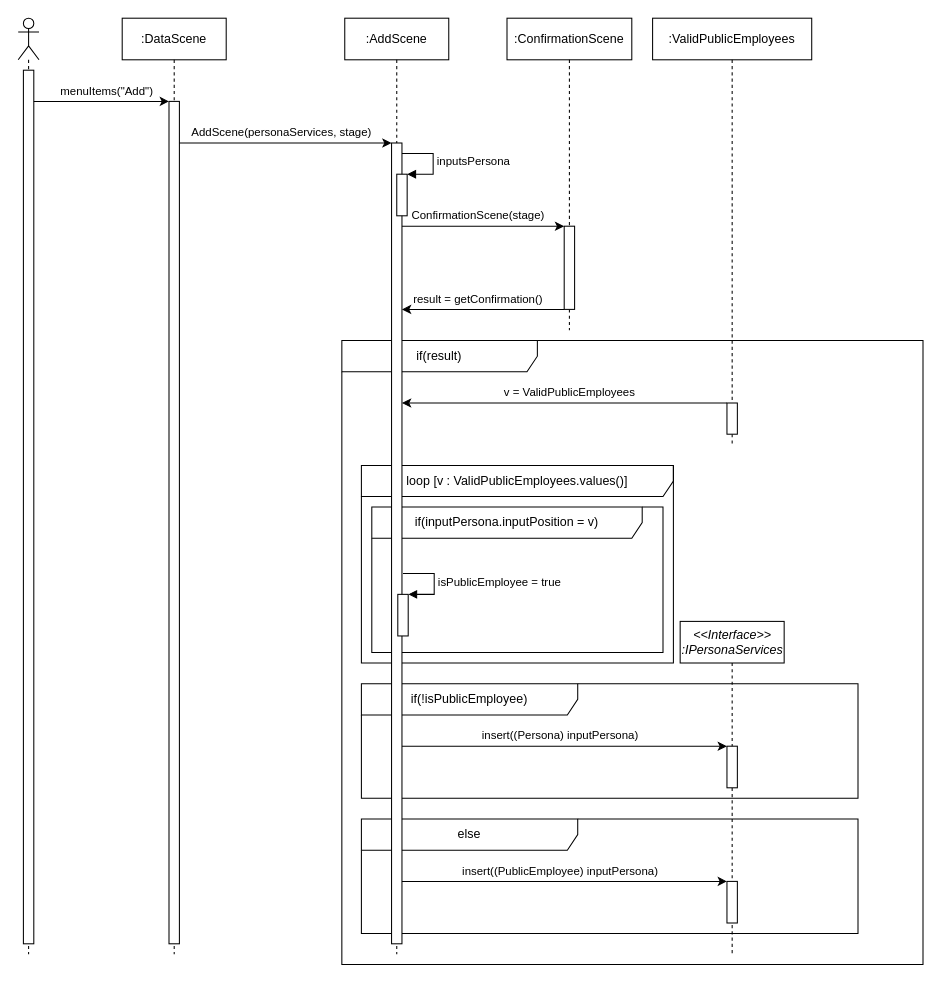
This is Diagrams/DiagramofSequence-Add.drawio from Cafeleyos/Entrega-parcial---David-Santos---Camilo-Mu-oz, a draw.io file, before an edit. Source tidied: cells renumbered, new cells numbered last; positions are measured from the earlier drawing's top-left corner, leaving out a move shared by most shapes. Both pictures are drawn from the tidied source at 104%, with x=0, y=0 at pixel (18, 18).
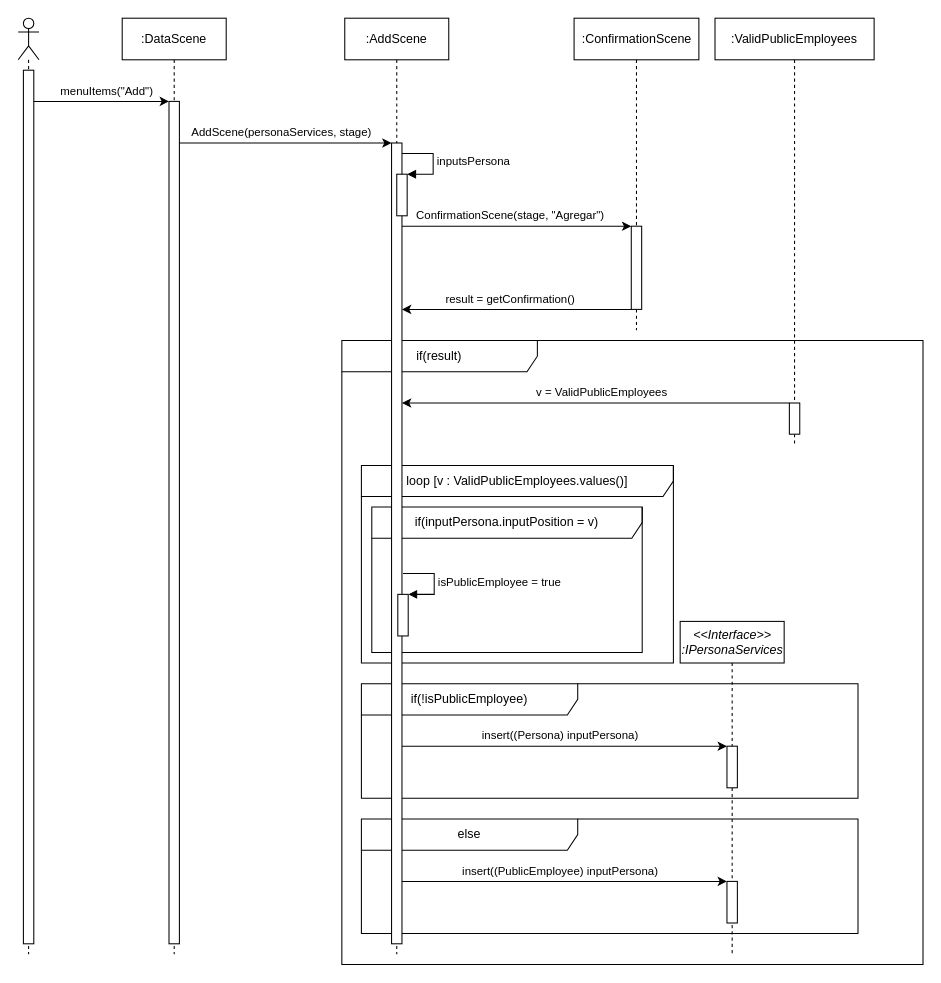
The same diagram, later.

Unchanged cells that the change refers to:
```xml
<mxCell id="13" style="html=1;points=[];perimeter=orthogonalPerimeter;" parent="12" vertex="1">
  <mxGeometry x="45" y="120" width="10" height="770" as="geometry" />
</mxCell>
<mxCell id="20" style="html=1;points=[];perimeter=orthogonalPerimeter;" parent="19" vertex="1">
  <mxGeometry x="55" y="200" width="10" height="80" as="geometry" />
</mxCell>
```

Change to the diagram source:
```diff
@@
     <mxCell id="6" value="if(inputPersona.inputPosition = v)" style="shape=umlFrame;whiteSpace=wrap;html=1;width=260;height=30;" parent="1" vertex="1">
-      <mxGeometry x="340" y="470" width="280" height="140" as="geometry" />
+      <mxGeometry x="340" y="470" width="260" height="140" as="geometry" />
     </mxCell>
@@
     <mxCell id="19" value=":ConfirmationScene" style="shape=umlLifeline;perimeter=lifelinePerimeter;whiteSpace=wrap;html=1;" parent="1" vertex="1">
-      <mxGeometry x="470" width="120" height="300" as="geometry" />
+      <mxGeometry x="534.5" width="120" height="300" as="geometry" />
     </mxCell>
@@
-    <mxCell id="21" value="ConfirmationScene(stage)" style="edgeStyle=orthogonalEdgeStyle;rounded=0;jettySize=auto;html=1;" parent="1" edge="1" source="13" target="20">
+    <mxCell id="21" value="ConfirmationScene(stage, &quot;Agregar&quot;)" style="edgeStyle=orthogonalEdgeStyle;rounded=0;jettySize=auto;html=1;" parent="1" edge="1" source="13" target="20">
       <mxGeometry x="-0.06" y="10" relative="1" as="geometry">
         <Array as="points">
           <mxPoint x="460" y="200" />
           <mxPoint x="460" y="200" />
         </Array>
       </mxGeometry>
     </mxCell>
@@
     <mxCell id="23" value=":ValidPublicEmployees" style="shape=umlLifeline;perimeter=lifelinePerimeter;whiteSpace=wrap;html=1;" parent="1" vertex="1">
-      <mxGeometry x="610" width="153" height="410" as="geometry" />
+      <mxGeometry x="670" width="153" height="410" as="geometry" />
     </mxCell>
```
